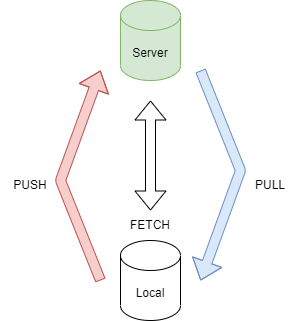
Above: doc/images/git-overview.drawio.png in dama66/sw_developer_2023 (draw.io), before the change. Source tidied: cells renumbered, new cells last; positions are measured from the earlier drawing's top-left corner, leaving out a move shared by most shapes. The source it was exported from:
```xml
<mxGraphModel>
  <root>
    <mxCell id="0" />
    <mxCell id="1" parent="0" />
    <mxCell id="2" value="Server" style="shape=cylinder3;whiteSpace=wrap;html=1;boundedLbl=1;backgroundOutline=1;size=15;fillColor=#d5e8d4;strokeColor=#82b366;" parent="1" vertex="1">
      <mxGeometry x="120" width="60" height="80" as="geometry" />
    </mxCell>
    <mxCell id="3" value="Local" style="shape=cylinder3;whiteSpace=wrap;html=1;boundedLbl=1;backgroundOutline=1;size=15;" parent="1" vertex="1">
      <mxGeometry x="120" y="240" width="60" height="80" as="geometry" />
    </mxCell>
    <mxCell id="4" style="shape=flexArrow;endArrow=classic;html=1;fillColor=#f8cecc;strokeColor=#b85450;" parent="1" edge="1">
      <mxGeometry relative="1" as="geometry">
        <mxPoint x="100" y="280" as="sourcePoint" />
        <mxPoint x="100" y="70" as="targetPoint" />
        <Array as="points">
          <mxPoint x="60" y="180" />
        </Array>
      </mxGeometry>
    </mxCell>
    <mxCell id="5" style="shape=flexArrow;endArrow=none;html=1;startArrow=block;endFill=0;fillColor=#dae8fc;strokeColor=#6c8ebf;" parent="1" edge="1">
      <mxGeometry relative="1" as="geometry">
        <mxPoint x="200" y="280" as="sourcePoint" />
        <mxPoint x="200" y="70" as="targetPoint" />
        <Array as="points">
          <mxPoint x="240" y="170" />
        </Array>
      </mxGeometry>
    </mxCell>
    <mxCell id="6" value="PUSH" style="text;html=1;strokeColor=none;fillColor=none;align=center;verticalAlign=middle;whiteSpace=wrap;rounded=0;" parent="1" vertex="1">
      <mxGeometry y="170" width="60" height="30" as="geometry" />
    </mxCell>
    <mxCell id="7" value="PULL" style="text;html=1;strokeColor=none;fillColor=none;align=center;verticalAlign=middle;whiteSpace=wrap;rounded=0;" parent="1" vertex="1">
      <mxGeometry x="240" y="170" width="60" height="30" as="geometry" />
    </mxCell>
    <mxCell id="8" style="shape=flexArrow;endArrow=classic;startArrow=classic;html=1;" parent="1" edge="1">
      <mxGeometry relative="1" as="geometry">
        <mxPoint x="150" y="210" as="sourcePoint" />
        <mxPoint x="150" y="100" as="targetPoint" />
      </mxGeometry>
    </mxCell>
    <mxCell id="9" value="FETCH" style="text;html=1;strokeColor=none;fillColor=none;align=center;verticalAlign=middle;whiteSpace=wrap;rounded=0;" parent="1" vertex="1">
      <mxGeometry x="120" y="210" width="60" height="30" as="geometry" />
    </mxCell>
  </root>
</mxGraphModel>
```
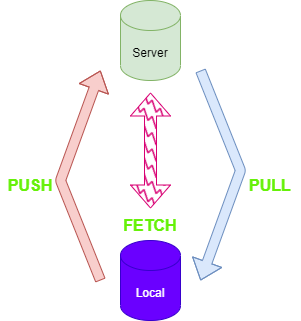
Later version of the same file.

Change to the diagram source:
```diff
@@ -5,7 +5,7 @@
     <mxCell id="2" value="Server" style="shape=cylinder3;whiteSpace=wrap;html=1;boundedLbl=1;backgroundOutline=1;size=15;fillColor=#d5e8d4;strokeColor=#82b366;" parent="1" vertex="1">
       <mxGeometry x="120" width="60" height="80" as="geometry" />
     </mxCell>
-    <mxCell id="3" value="Local" style="shape=cylinder3;whiteSpace=wrap;html=1;boundedLbl=1;backgroundOutline=1;size=15;" parent="1" vertex="1">
+    <mxCell id="3" value="Local" style="shape=cylinder3;whiteSpace=wrap;html=1;boundedLbl=1;backgroundOutline=1;size=15;fillColor=#6a00ff;fontColor=#ffffff;strokeColor=#3700CC;" parent="1" vertex="1">
       <mxGeometry x="120" y="240" width="60" height="80" as="geometry" />
     </mxCell>
     <mxCell id="4" style="shape=flexArrow;endArrow=classic;html=1;fillColor=#f8cecc;strokeColor=#b85450;" parent="1" edge="1">
@@ -26,20 +26,17 @@
         </Array>
       </mxGeometry>
     </mxCell>
-    <mxCell id="6" value="PUSH" style="text;html=1;strokeColor=none;fillColor=none;align=center;verticalAlign=middle;whiteSpace=wrap;rounded=0;" parent="1" vertex="1">
+    <mxCell id="6" value="PUSH" style="text;html=1;strokeColor=none;fillColor=none;align=center;verticalAlign=middle;whiteSpace=wrap;rounded=0;fontStyle=1;fontSize=16;labelBackgroundColor=none;fontColor=#66f109;" parent="1" vertex="1">
       <mxGeometry y="170" width="60" height="30" as="geometry" />
     </mxCell>
-    <mxCell id="7" value="PULL" style="text;html=1;strokeColor=none;fillColor=none;align=center;verticalAlign=middle;whiteSpace=wrap;rounded=0;" parent="1" vertex="1">
+    <mxCell id="7" value="PULL" style="text;html=1;strokeColor=none;fillColor=none;align=center;verticalAlign=middle;whiteSpace=wrap;rounded=0;fontStyle=1;fontSize=16;labelBackgroundColor=none;fontColor=#66f109;" parent="1" vertex="1">
       <mxGeometry x="240" y="170" width="60" height="30" as="geometry" />
     </mxCell>
-    <mxCell id="8" style="shape=flexArrow;endArrow=classic;startArrow=classic;html=1;" parent="1" edge="1">
-      <mxGeometry relative="1" as="geometry">
-        <mxPoint x="150" y="210" as="sourcePoint" />
-        <mxPoint x="150" y="100" as="targetPoint" />
-      </mxGeometry>
-    </mxCell>
-    <mxCell id="9" value="FETCH" style="text;html=1;strokeColor=none;fillColor=none;align=center;verticalAlign=middle;whiteSpace=wrap;rounded=0;" parent="1" vertex="1">
+    <mxCell id="9" value="FETCH" style="text;html=1;strokeColor=none;fillColor=none;align=center;verticalAlign=middle;whiteSpace=wrap;rounded=0;fontStyle=1;fontSize=16;labelBackgroundColor=none;fontColor=#66f109;" parent="1" vertex="1">
       <mxGeometry x="120" y="210" width="60" height="30" as="geometry" />
     </mxCell>
+    <mxCell id="10" style="shape=doubleArrow;whiteSpace=wrap;html=1;rotation=90;fillColor=#d80073;fillStyle=zigzag-line;strokeColor=#d80073;" parent="1" vertex="1">
+      <mxGeometry x="92.5" y="130" width="115" height="40" as="geometry" />
+    </mxCell>
   </root>
 </mxGraphModel>
```
